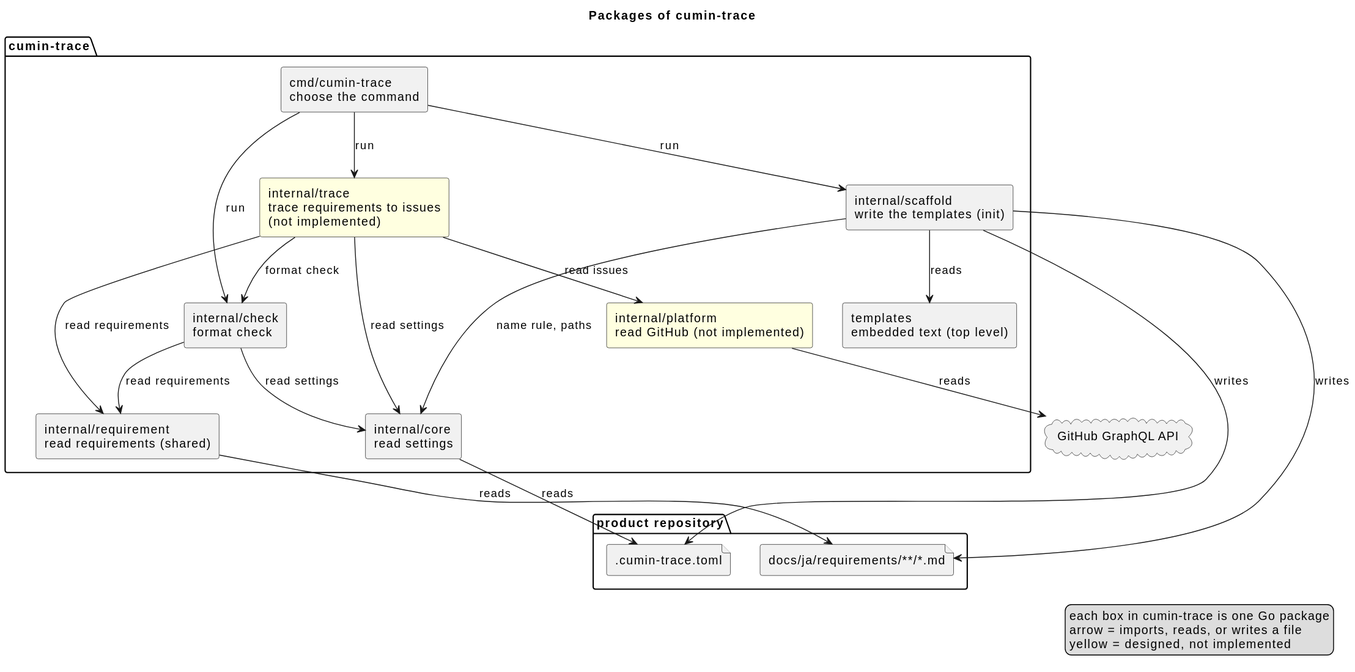
Before: docs/ja/architecture/overview.svg, a diagram exported from PlantUML (cloveclovedev/cumin-trace).
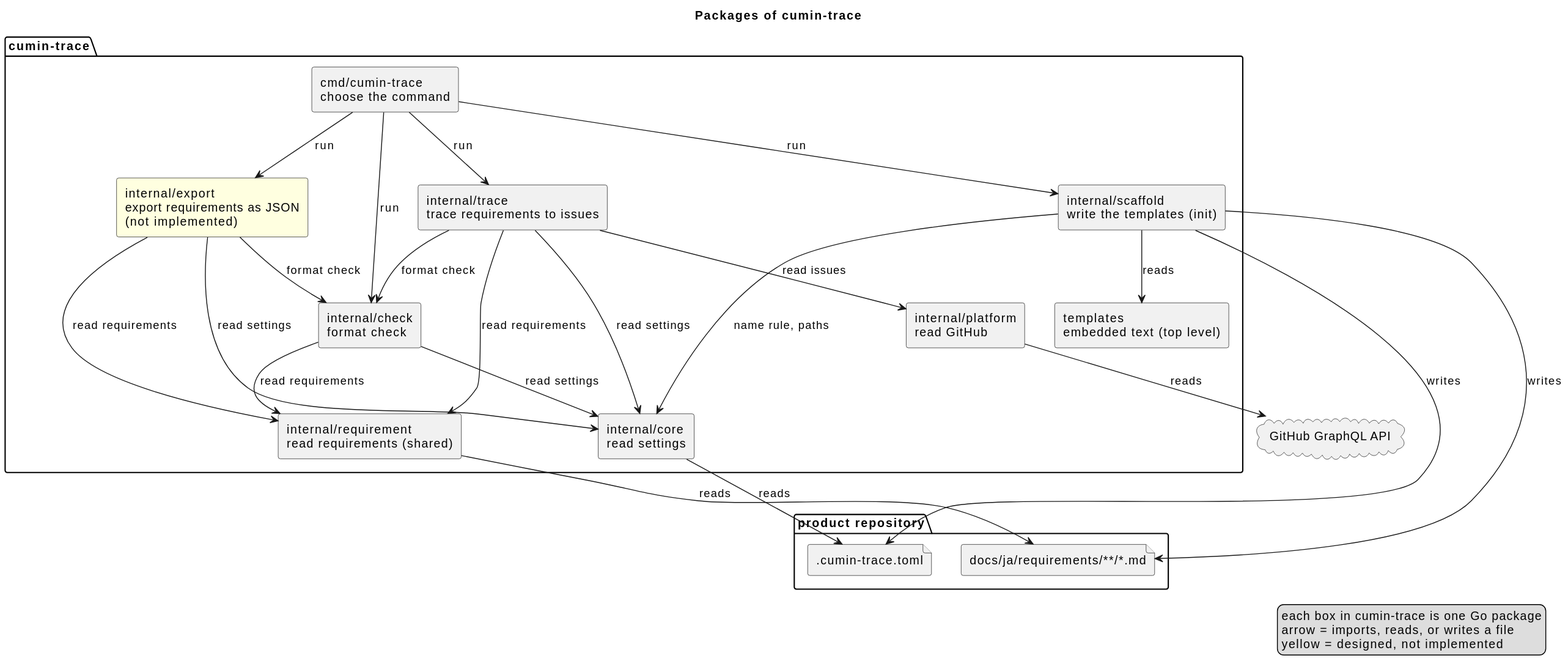
Later version of the same file.

Commit message:
docs(designs): write the design document of the export

Change to the diagram source:
```diff
@@ -15,8 +15,9 @@
   [internal/core\nread settings] as core
   [internal/scaffold\nwrite the templates (init)] as scaffold
   [templates\nembedded text (top level)] as templates
-  [internal/trace\ntrace requirements to issues\n(not implemented)] as trace #LightYellow
-  [internal/platform\nread GitHub (not implemented)] as platform #LightYellow
+  [internal/trace\ntrace requirements to issues] as trace
+  [internal/platform\nread GitHub] as platform
+  [internal/export\nexport requirements as JSON\n(not implemented)] as export #LightYellow
 }
 
 cloud "GitHub GraphQL API" as api
@@ -24,6 +25,10 @@
 cmd --> check : run
 cmd --> scaffold : run
 cmd --> trace : run
+cmd --> export : run
+export --> check : format check
+export --> requirement : read requirements
+export --> core : read settings
 trace --> check : format check
 trace --> requirement : read requirements
 trace --> core : read settings
```
